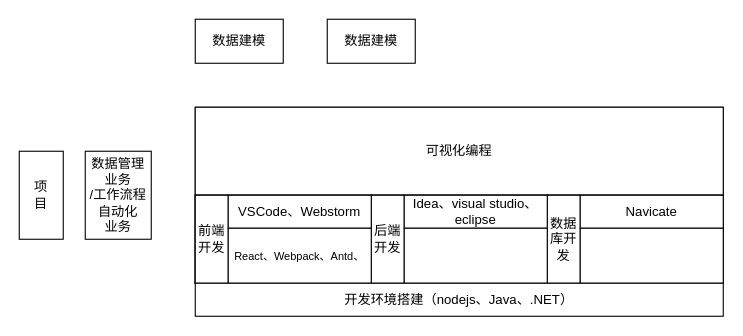
The draw.io diagram 低——研究内容——平台赋能项目开发.drawio in tangyaosimida/love, before the edit. Source tidied: cells renumbered, new cells numbered last; positions are measured from the earlier drawing's top-left corner, leaving out a move shared by most shapes. Both pictures are drawn from the tidied source at 110%, with x=0, y=0 at pixel (19, 19).
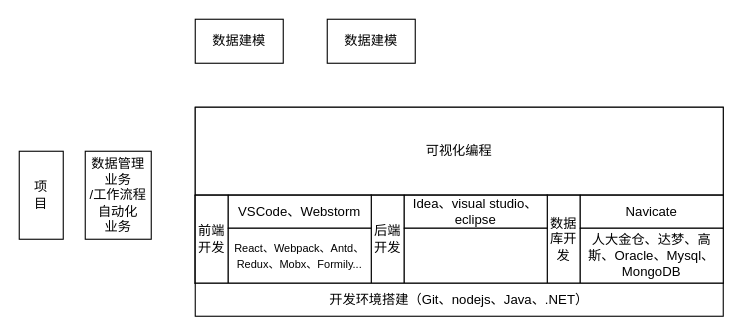
The same page after the edit.

Commit message (it also covers changes not shown here):
更新低——研究内容——平台赋能项目开发.drawio

Diff of the diagram source:
```diff
@@
-    <mxCell id="18" value="&lt;font style=&quot;font-size: 10px;&quot;&gt;React、Webpack、Antd、&lt;/font&gt;" style="rounded=0;whiteSpace=wrap;html=1;" parent="1" vertex="1">
+    <mxCell id="18" value="&lt;font style=&quot;font-size: 10px;&quot;&gt;React、Webpack、Antd、Redux、Mobx、Formily...&lt;/font&gt;" style="rounded=0;whiteSpace=wrap;html=1;" parent="1" vertex="1">
       <mxGeometry x="190" y="190" width="130" height="50" as="geometry" />
     </mxCell>
@@
-    <mxCell id="20" style="rounded=0;whiteSpace=wrap;html=1;" parent="1" vertex="1">
+    <mxCell id="20" value="人大金仓、达梦、高斯、Oracle、Mysql、MongoDB" style="rounded=0;whiteSpace=wrap;html=1;" parent="1" vertex="1">
       <mxGeometry x="510" y="190" width="130" height="50" as="geometry" />
     </mxCell>
-    <mxCell id="21" value="开发环境搭建（nodejs、Java、.NET&lt;span style=&quot;background-color: initial;&quot;&gt;）&lt;/span&gt;" style="rounded=0;whiteSpace=wrap;html=1;" parent="1" vertex="1">
+    <mxCell id="21" value="开发环境搭建（Git、nodejs、Java、.NET&lt;span style=&quot;background-color: initial;&quot;&gt;）&lt;/span&gt;" style="rounded=0;whiteSpace=wrap;html=1;" parent="1" vertex="1">
       <mxGeometry x="160" y="240" width="480" height="30" as="geometry" />
     </mxCell>
```
